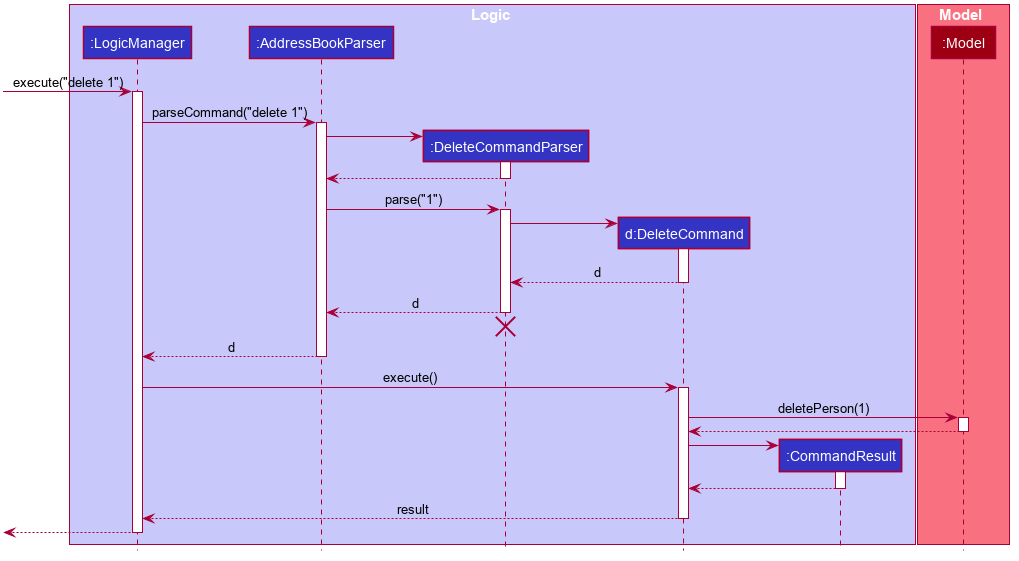
Earlier version of the PlantUML export docs/images/DeleteSequenceDiagram.png (nus-cs2103-AY1920S1/addressbook-level3). The source it was exported from:
```plantuml
@startuml








skinparam BackgroundColor #FFFFFFF

skinparam Shadowing false

skinparam Class {
    FontColor #FFFFFF
    BorderThickness 1
    BorderColor #FFFFFF
    StereotypeFontColor #FFFFFF
    FontName Arial
}

skinparam Actor {
    BorderColor #000000
    Color #000000
    FontName Arial
}

skinparam Sequence {
    MessageAlign center
    BoxFontSize 15
    BoxPadding 0
    BoxFontColor #FFFFFF
    FontName Arial
}

skinparam Participant {
    FontColor #FFFFFFF
    Padding 20
}

skinparam MinClassWidth 50
skinparam ParticipantPadding 10
skinparam Shadowing false
skinparam DefaultTextAlignment center
skinparam packageStyle Rectangle

hide footbox
hide members
hide circle

box Logic #C8C8FA
participant ":LogicManager" as LogicManager #3333C4
participant ":AddressBookParser" as AddressBookParser #3333C4
participant ":DeleteCommandParser" as DeleteCommandParser #3333C4
participant "d:DeleteCommand" as DeleteCommand #3333C4
participant ":CommandResult" as CommandResult #3333C4
end box

box Model #F97181
participant ":Model" as Model #9D0012
end box

[-> LogicManager : execute("delete 1")
activate LogicManager

LogicManager -> AddressBookParser : parseCommand("delete 1")
activate AddressBookParser

create DeleteCommandParser
AddressBookParser -> DeleteCommandParser
activate DeleteCommandParser

DeleteCommandParser --> AddressBookParser
deactivate DeleteCommandParser

AddressBookParser -> DeleteCommandParser : parse("1")
activate DeleteCommandParser

create DeleteCommand
DeleteCommandParser -> DeleteCommand
activate DeleteCommand

DeleteCommand --> DeleteCommandParser : d
deactivate DeleteCommand

DeleteCommandParser --> AddressBookParser : d
deactivate DeleteCommandParser
DeleteCommandParser -[hidden]-> AddressBookParser
destroy DeleteCommandParser

AddressBookParser --> LogicManager : d
deactivate AddressBookParser

LogicManager -> DeleteCommand : execute()
activate DeleteCommand

DeleteCommand -> Model : deletePerson(1)
activate Model

Model --> DeleteCommand
deactivate Model

create CommandResult
DeleteCommand -> CommandResult
activate CommandResult

CommandResult --> DeleteCommand
deactivate CommandResult

DeleteCommand --> LogicManager : result
deactivate DeleteCommand

[<--LogicManager
deactivate LogicManager
@enduml
```
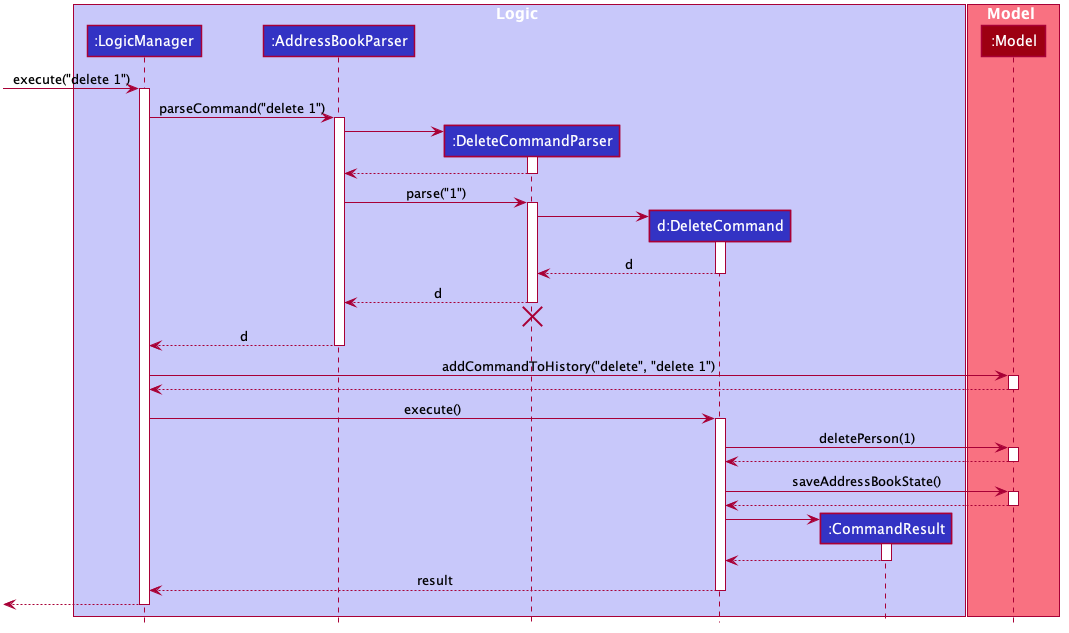
After the change.

What changed in the source:
```diff
@@ -91,10 +91,22 @@
 AddressBookParser --> LogicManager : d
 deactivate AddressBookParser
 
+LogicManager -> Model : addCommandToHistory("delete", "delete 1")
+activate Model
+
+Model --> LogicManager
+deactivate Model
+
 LogicManager -> DeleteCommand : execute()
 activate DeleteCommand
 
 DeleteCommand -> Model : deletePerson(1)
+activate Model
+
+Model --> DeleteCommand
+deactivate Model
+
+DeleteCommand -> Model : saveAddressBookState()
 activate Model
 
 Model --> DeleteCommand
```
